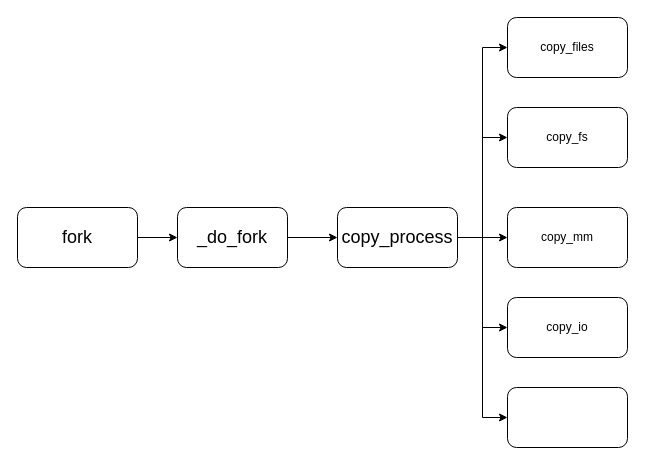
This is Untitled Diagram.drawio from violet227/diagrams, a draw.io file, before an edit. Source tidied: cells renumbered, new cells numbered last; positions are measured from the earlier drawing's top-left corner, leaving out a move shared by most shapes. Both pictures are drawn from the tidied source at 100%, with x=0, y=0 at pixel (17, 17).
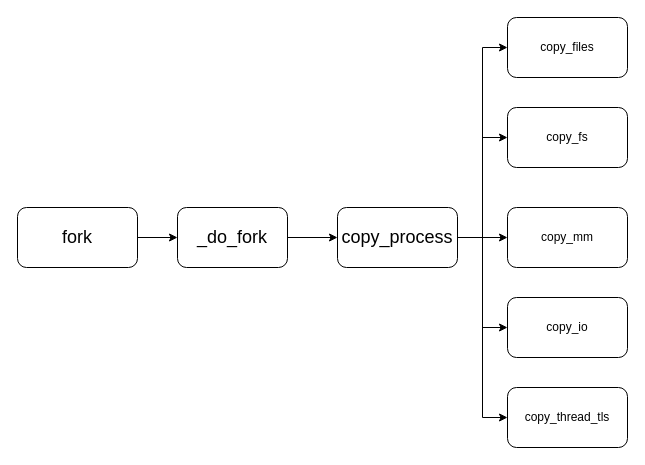
After the change.

The edit, as a diff of the source:
```diff
@@
 <mxGraphModel>
   <root>
     <mxCell id="0" />
     <mxCell id="1" parent="0" />
     <mxCell id="2" style="edgeStyle=orthogonalEdgeStyle;rounded=0;jettySize=auto;html=1;fontSize=18;" parent="1" edge="1" source="3" target="5">
       <mxGeometry relative="1" as="geometry" />
     </mxCell>
     <mxCell id="3" value="&lt;font style=&quot;font-size: 18px&quot;&gt;fork&lt;/font&gt;" style="rounded=1;whiteSpace=wrap;html=1;" parent="1" vertex="1">
       <mxGeometry y="190" width="120" height="60" as="geometry" />
     </mxCell>
     <mxCell id="4" style="edgeStyle=orthogonalEdgeStyle;rounded=0;jettySize=auto;html=1;fontSize=18;" parent="1" edge="1" source="5" target="11">
       <mxGeometry relative="1" as="geometry" />
     </mxCell>
     <mxCell id="5" value="&lt;font style=&quot;font-size: 18px&quot;&gt;_do_fork&lt;/font&gt;" style="rounded=1;whiteSpace=wrap;html=1;" parent="1" vertex="1">
       <mxGeometry x="160" y="190" width="110" height="60" as="geometry" />
     </mxCell>
     <mxCell id="6" style="edgeStyle=orthogonalEdgeStyle;rounded=0;jettySize=auto;html=1;fontSize=18;entryX=0;entryY=0.5;entryDx=0;entryDy=0;" parent="1" edge="1" source="11" target="12">
       <mxGeometry relative="1" as="geometry" />
     </mxCell>
     <mxCell id="7" style="edgeStyle=orthogonalEdgeStyle;rounded=0;jettySize=auto;html=1;fontSize=18;entryX=0;entryY=0.5;entryDx=0;entryDy=0;" parent="1" edge="1" source="11" target="13">
       <mxGeometry relative="1" as="geometry" />
     </mxCell>
     <mxCell id="8" style="edgeStyle=orthogonalEdgeStyle;rounded=0;jettySize=auto;html=1;fontSize=18;entryX=0;entryY=0.5;entryDx=0;entryDy=0;" parent="1" edge="1" source="11" target="14">
       <mxGeometry relative="1" as="geometry" />
     </mxCell>
     <mxCell id="9" style="edgeStyle=orthogonalEdgeStyle;rounded=0;jettySize=auto;html=1;fontSize=18;entryX=0;entryY=0.5;entryDx=0;entryDy=0;" parent="1" edge="1" source="11" target="15">
       <mxGeometry relative="1" as="geometry" />
     </mxCell>
     <mxCell id="10" style="edgeStyle=orthogonalEdgeStyle;rounded=0;jettySize=auto;html=1;fontSize=18;entryX=0;entryY=0.5;entryDx=0;entryDy=0;" parent="1" edge="1" source="11" target="16">
       <mxGeometry relative="1" as="geometry" />
     </mxCell>
     <mxCell id="11" value="&lt;font style=&quot;font-size: 18px&quot;&gt;copy_process&lt;/font&gt;" style="whiteSpace=wrap;html=1;rounded=1;" parent="1" vertex="1">
       <mxGeometry x="320" y="190" width="120" height="60" as="geometry" />
     </mxCell>
     <mxCell id="12" value="copy_files" style="whiteSpace=wrap;html=1;rounded=1;" parent="1" vertex="1">
       <mxGeometry x="490" width="120" height="60" as="geometry" />
     </mxCell>
     <mxCell id="13" value="copy_fs" style="whiteSpace=wrap;html=1;rounded=1;" parent="1" vertex="1">
       <mxGeometry x="490" y="90" width="120" height="60" as="geometry" />
     </mxCell>
     <mxCell id="14" value="copy_mm" style="whiteSpace=wrap;html=1;rounded=1;" parent="1" vertex="1">
       <mxGeometry x="490" y="190" width="120" height="60" as="geometry" />
     </mxCell>
     <mxCell id="15" value="copy_io" style="whiteSpace=wrap;html=1;rounded=1;" parent="1" vertex="1">
       <mxGeometry x="490" y="280" width="120" height="60" as="geometry" />
     </mxCell>
-    <mxCell id="16" style="whiteSpace=wrap;html=1;rounded=1;" parent="1" vertex="1">
+    <mxCell id="16" value="copy_thread_tls" style="whiteSpace=wrap;html=1;rounded=1;" parent="1" vertex="1">
       <mxGeometry x="490" y="370" width="120" height="60" as="geometry" />
     </mxCell>
   </root>
 </mxGraphModel>
```
